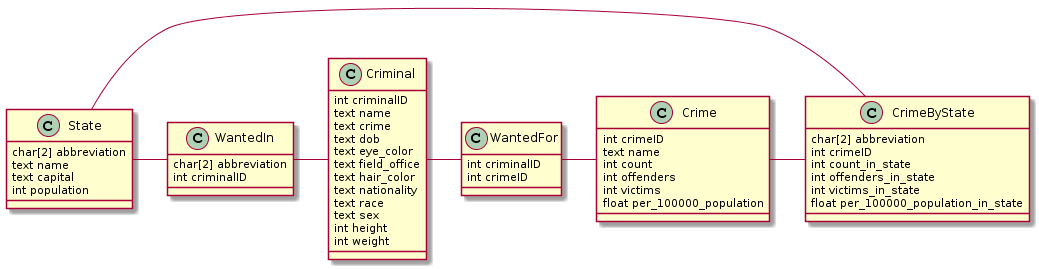
The PlantUML diagram backend/fbiuml.png in roshan-dongre/idb, before a commit. Source of this version:
```plantuml
@startuml
State - WantedIn
WantedIn - Criminal
Criminal - WantedFor
WantedFor - Crime
Crime - CrimeByState
CrimeByState - State

class State {
  char[2] abbreviation
  text name
  text capital
  int population
  }

class WantedIn {
  char[2] abbreviation
  int criminalID
  }

class Criminal {
  int criminalID
  text name
  text crime
  text dob
  text eye_color
  text field_office
  text hair_color
  text nationality
  text race
  text sex
  int height
  int weight
  }

class WantedFor {
  int criminalID
  int crimeID
  }

class Crime {
  int crimeID
  text name
  int count
  int offenders
  int victims
  float per_100000_population
}

class CrimeByState {
  char[2] abbreviation
  int crimeID
  int count_in_state
  int offenders_in_state
  int victims_in_state
  float per_100000_population_in_state
}
@enduml
```
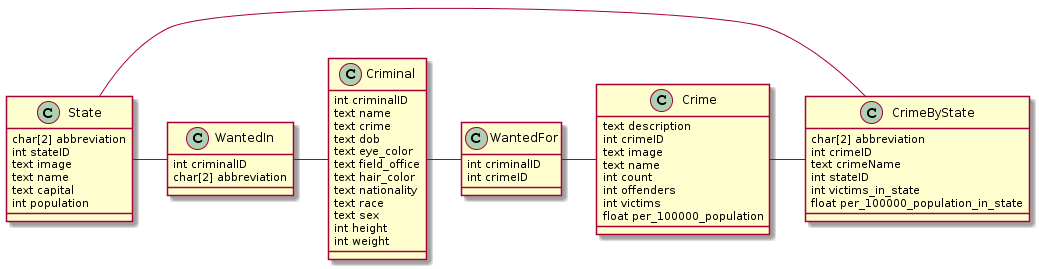
The same file after the commit.

Commit message:
Update UML picture and text

What changed in the source:
```diff
@@ -8,14 +8,16 @@
 
 class State {
   char[2] abbreviation
+  int stateID
+  text image
   text name
   text capital
   int population
   }
 
 class WantedIn {
+  int criminalID
   char[2] abbreviation
-  int criminalID
   }
 
 class Criminal {
@@ -39,7 +41,9 @@
   }
 
 class Crime {
+  text description
   int crimeID
+  text image
   text name
   int count
   int offenders
@@ -50,8 +54,8 @@
 class CrimeByState {
   char[2] abbreviation
   int crimeID
-  int count_in_state
-  int offenders_in_state
+  text crimeName
+  int stateID
   int victims_in_state
   float per_100000_population_in_state
 }
```
